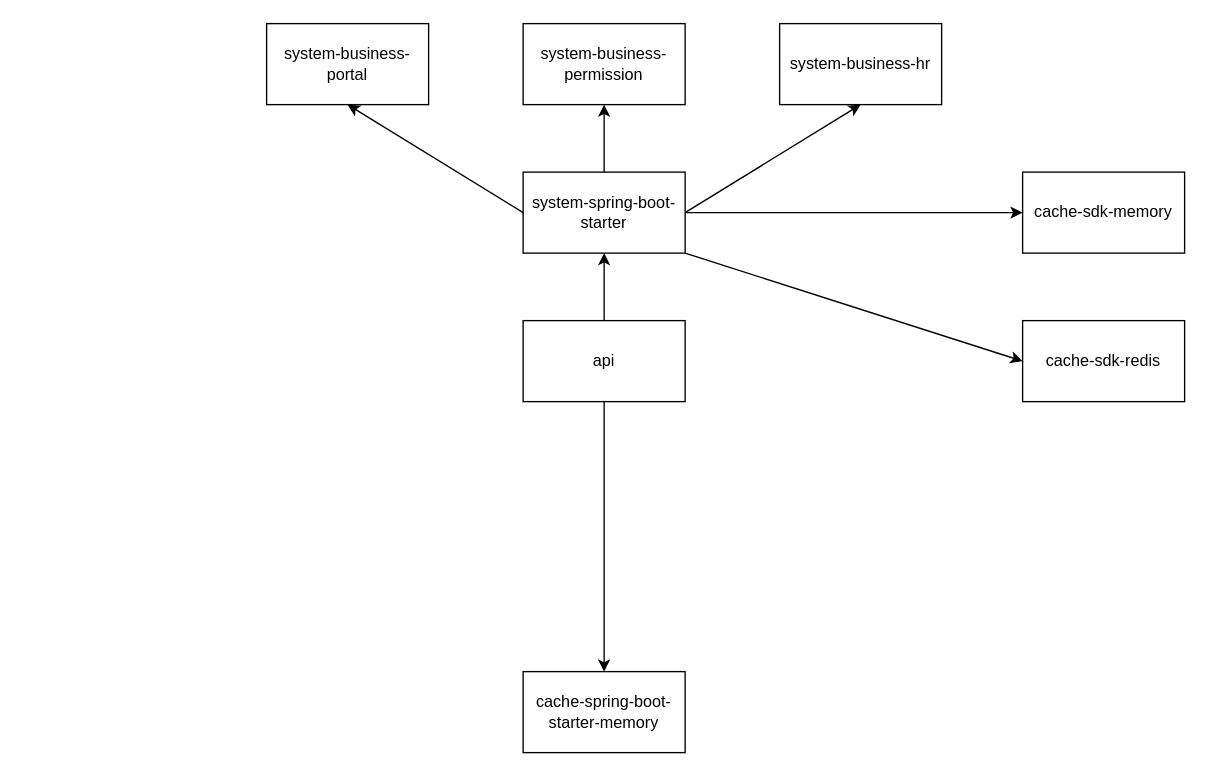
Above: Untitled Diagram.drawio in juktllgonpt/kaori-system (draw.io), before the change. Source tidied: cells renumbered, new cells numbered last; positions are measured from the earlier drawing's top-left corner, leaving out a move shared by most shapes. Both pictures are drawn from the tidied source at 135%, with x=0, y=0 at pixel (266, 23).
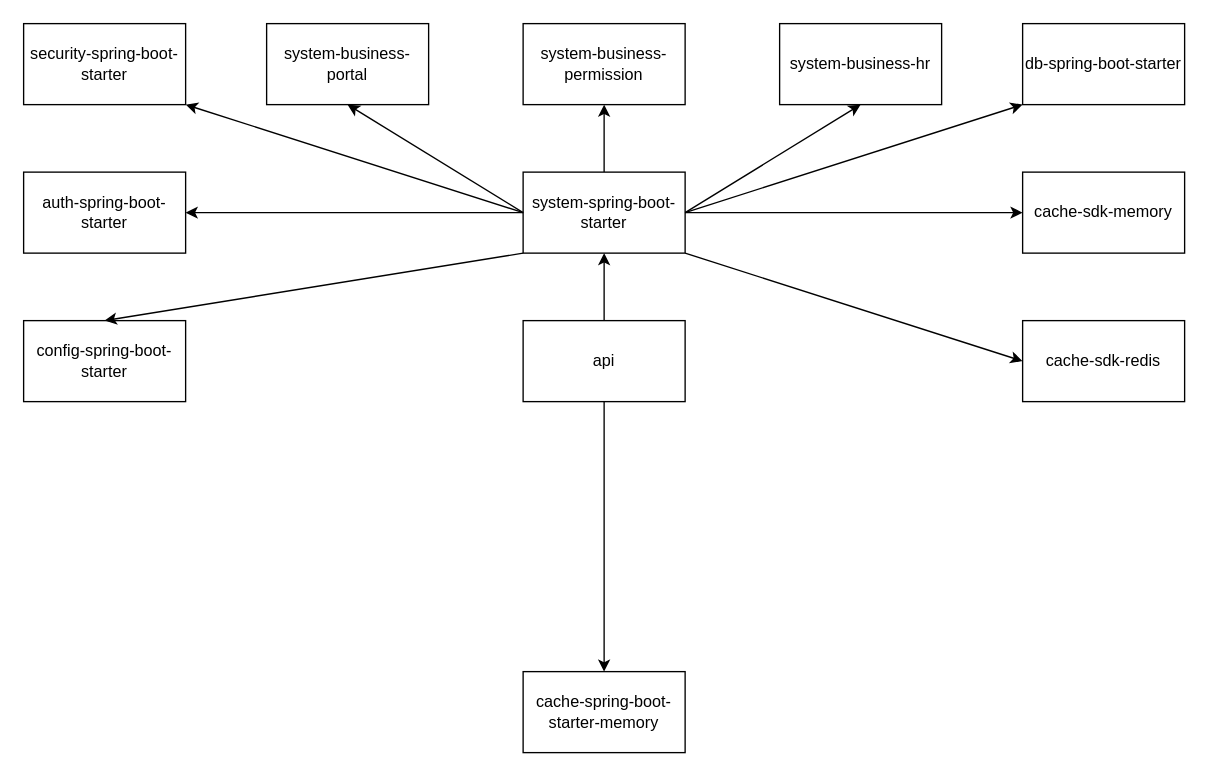
The same page after the edit.

The change refers to these unchanged cells:
```xml
<mxCell id="4" value="system-spring-boot-starter" style="rounded=0;whiteSpace=wrap;html=1;" parent="1" vertex="1">
  <mxGeometry x="190" y="110" width="120" height="60" as="geometry" />
</mxCell>
```

What changed in the source:
```diff
@@
+    <mxCell id="17" value="config-spring-boot-starter" style="rounded=0;whiteSpace=wrap;html=1;" parent="1" vertex="1">
+      <mxGeometry x="-180" y="220" width="120" height="60" as="geometry" />
+    </mxCell>
+    <mxCell id="18" style="endArrow=classic;html=1;rounded=0;exitX=0;exitY=1;exitDx=0;exitDy=0;entryX=0.5;entryY=0;entryDx=0;entryDy=0;" parent="1" edge="1" source="4" target="17">
+      <mxGeometry relative="1" as="geometry" />
+    </mxCell>
+    <mxCell id="19" value="auth-spring-boot-starter" style="rounded=0;whiteSpace=wrap;html=1;" parent="1" vertex="1">
+      <mxGeometry x="-180" y="110" width="120" height="60" as="geometry" />
+    </mxCell>
+    <mxCell id="20" style="endArrow=classic;html=1;rounded=0;exitX=0;exitY=0.5;exitDx=0;exitDy=0;entryX=1;entryY=0.5;entryDx=0;entryDy=0;" parent="1" edge="1" source="4" target="19">
+      <mxGeometry relative="1" as="geometry" />
+    </mxCell>
+    <mxCell id="21" value="security-spring-boot-starter" style="rounded=0;whiteSpace=wrap;html=1;" parent="1" vertex="1">
+      <mxGeometry x="-180" width="120" height="60" as="geometry" />
+    </mxCell>
+    <mxCell id="22" style="endArrow=classic;html=1;rounded=0;exitX=0;exitY=0.5;exitDx=0;exitDy=0;entryX=1;entryY=1;entryDx=0;entryDy=0;" parent="1" edge="1" source="4" target="21">
+      <mxGeometry relative="1" as="geometry" />
+    </mxCell>
+    <mxCell id="23" value="db-spring-boot-starter" style="rounded=0;whiteSpace=wrap;html=1;" parent="1" vertex="1">
+      <mxGeometry x="560" width="120" height="60" as="geometry" />
+    </mxCell>
+    <mxCell id="24" style="endArrow=classic;html=1;rounded=0;entryX=0;entryY=1;entryDx=0;entryDy=0;" parent="1" edge="1" target="23">
+      <mxGeometry relative="1" as="geometry">
+        <mxPoint x="310" y="140" as="sourcePoint" />
+      </mxGeometry>
+    </mxCell>
```
